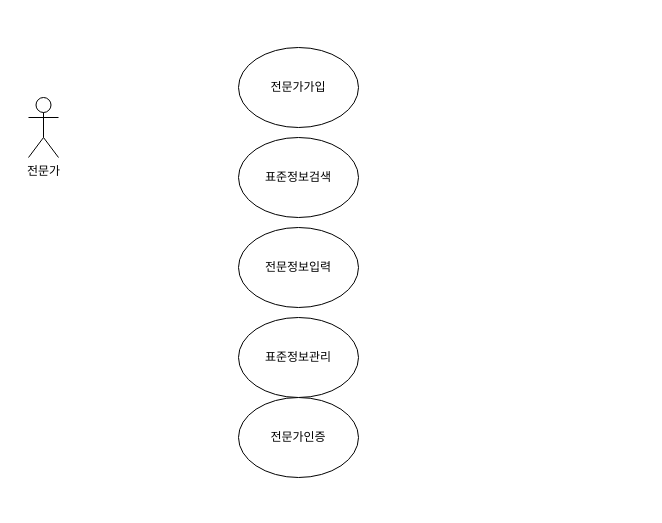
Above: draw/Untitled Diagram.drawio in surveytoask/diagramsnet (draw.io), before the change. Source tidied: cells renumbered, new cells numbered last; positions are measured from the earlier drawing's top-left corner, leaving out a move shared by most shapes. Both pictures are drawn from the tidied source at 100%, with x=0, y=0 at pixel (28, 47).
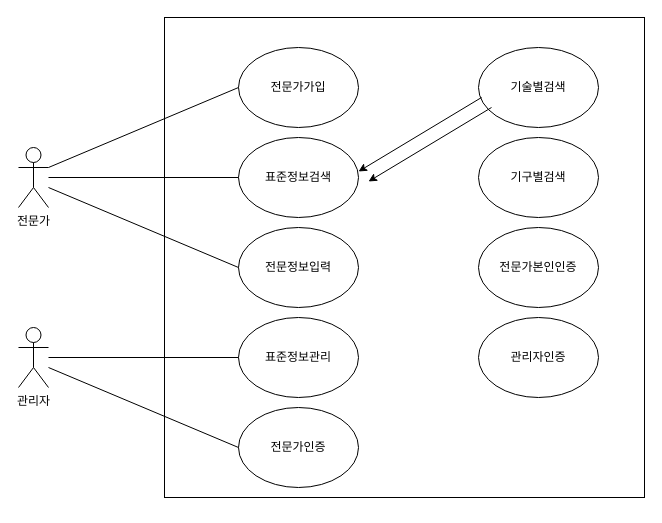
The same diagram, later.

The change refers to these unchanged cells:
```xml
<mxCell id="3" value="전문가가입" style="ellipse;whiteSpace=wrap;html=1;" parent="1" vertex="1">
  <mxGeometry x="210" width="120" height="80" as="geometry" />
</mxCell>
<mxCell id="4" value="표준정보검색" style="ellipse;whiteSpace=wrap;html=1;" parent="1" vertex="1">
  <mxGeometry x="210" y="90" width="120" height="80" as="geometry" />
</mxCell>
<mxCell id="5" value="전문정보입력" style="ellipse;whiteSpace=wrap;html=1;" parent="1" vertex="1">
  <mxGeometry x="210" y="180" width="120" height="80" as="geometry" />
</mxCell>
```

What changed in the source:
```diff
@@
+    <mxCell id="8" style="whiteSpace=wrap;html=1;" parent="1" vertex="1">
+      <mxGeometry x="136" y="-30" width="480" height="480" as="geometry" />
+    </mxCell>
     <mxCell id="2" value="전문가" style="shape=umlActor;verticalLabelPosition=bottom;verticalAlign=top;html=1;outlineConnect=0;" parent="1" vertex="1">
-      <mxGeometry y="50" width="30" height="60" as="geometry" />
+      <mxGeometry x="-10" y="100" width="30" height="60" as="geometry" />
     </mxCell>
@@
     <mxCell id="7" value="전문가인증" style="ellipse;whiteSpace=wrap;html=1;" parent="1" vertex="1">
-      <mxGeometry x="210" y="350" width="120" height="80" as="geometry" />
+      <mxGeometry x="210" y="360" width="120" height="80" as="geometry" />
     </mxCell>
+    <mxCell id="9" style="endArrow=none;html=1;entryX=0;entryY=0.5;entryDx=0;entryDy=0;exitX=1;exitY=0.3333333333333333;exitDx=0;exitDy=0;exitPerimeter=0;" parent="1" edge="1" source="2" target="3">
+      <mxGeometry relative="1" as="geometry" />
+    </mxCell>
+    <mxCell id="10" style="endArrow=none;html=1;entryX=0;entryY=0.5;entryDx=0;entryDy=0;" parent="1" edge="1" source="2" target="4">
+      <mxGeometry relative="1" as="geometry" />
+    </mxCell>
+    <mxCell id="11" style="endArrow=none;html=1;entryX=0;entryY=0.5;entryDx=0;entryDy=0;" parent="1" edge="1" target="5">
+      <mxGeometry relative="1" as="geometry">
+        <mxPoint x="20" y="140" as="sourcePoint" />
+      </mxGeometry>
+    </mxCell>
+    <mxCell id="12" value="관리자" style="shape=umlActor;verticalLabelPosition=bottom;verticalAlign=top;html=1;" parent="1" vertex="1">
+      <mxGeometry x="-10" y="280" width="30" height="60" as="geometry" />
+    </mxCell>
+    <mxCell id="13" style="endArrow=none;html=1;entryX=0;entryY=0.5;entryDx=0;entryDy=0;" parent="1" edge="1">
+      <mxGeometry relative="1" as="geometry">
+        <mxPoint x="20" y="310" as="sourcePoint" />
+        <mxPoint x="210" y="310" as="targetPoint" />
+      </mxGeometry>
+    </mxCell>
+    <mxCell id="14" style="endArrow=none;html=1;entryX=0;entryY=0.5;entryDx=0;entryDy=0;" parent="1" edge="1">
+      <mxGeometry relative="1" as="geometry">
+        <mxPoint x="20" y="320" as="sourcePoint" />
+        <mxPoint x="210" y="400" as="targetPoint" />
+      </mxGeometry>
+    </mxCell>
+    <mxCell id="15" value="기구별검색" style="ellipse;whiteSpace=wrap;html=1;" parent="1" vertex="1">
+      <mxGeometry x="450" y="90" width="120" height="80" as="geometry" />
+    </mxCell>
+    <mxCell id="16" value="기술별검색" style="ellipse;whiteSpace=wrap;html=1;" parent="1" vertex="1">
+      <mxGeometry x="450" width="120" height="80" as="geometry" />
+    </mxCell>
+    <mxCell id="17" value="관리자인증" style="ellipse;whiteSpace=wrap;html=1;" parent="1" vertex="1">
+      <mxGeometry x="450" y="270" width="120" height="80" as="geometry" />
+    </mxCell>
+    <mxCell id="18" value="전문가본인인증" style="ellipse;whiteSpace=wrap;html=1;" parent="1" vertex="1">
+      <mxGeometry x="450" y="180" width="120" height="80" as="geometry" />
+    </mxCell>
+    <mxCell id="19" style="edgeStyle=orthogonalEdgeStyle;rounded=0;orthogonalLoop=1;jettySize=auto;html=1;exitX=0.5;exitY=1;exitDx=0;exitDy=0;" parent="1" edge="1" source="8" target="8">
+      <mxGeometry relative="1" as="geometry" />
+    </mxCell>
+    <mxCell id="20" style="endArrow=classic;html=1;exitX=0.025;exitY=0.625;exitDx=0;exitDy=0;exitPerimeter=0;entryX=1;entryY=0.425;entryDx=0;entryDy=0;entryPerimeter=0;" parent="1" edge="1" source="16" target="4">
+      <mxGeometry relative="1" as="geometry" />
+    </mxCell>
+    <mxCell id="21" style="endArrow=classic;html=1;exitX=0.025;exitY=0.625;exitDx=0;exitDy=0;exitPerimeter=0;entryX=1;entryY=0.425;entryDx=0;entryDy=0;entryPerimeter=0;" parent="1" edge="1">
+      <mxGeometry relative="1" as="geometry">
+        <mxPoint x="463" y="60" as="sourcePoint" />
+        <mxPoint x="340" y="134" as="targetPoint" />
+      </mxGeometry>
+    </mxCell>
```
